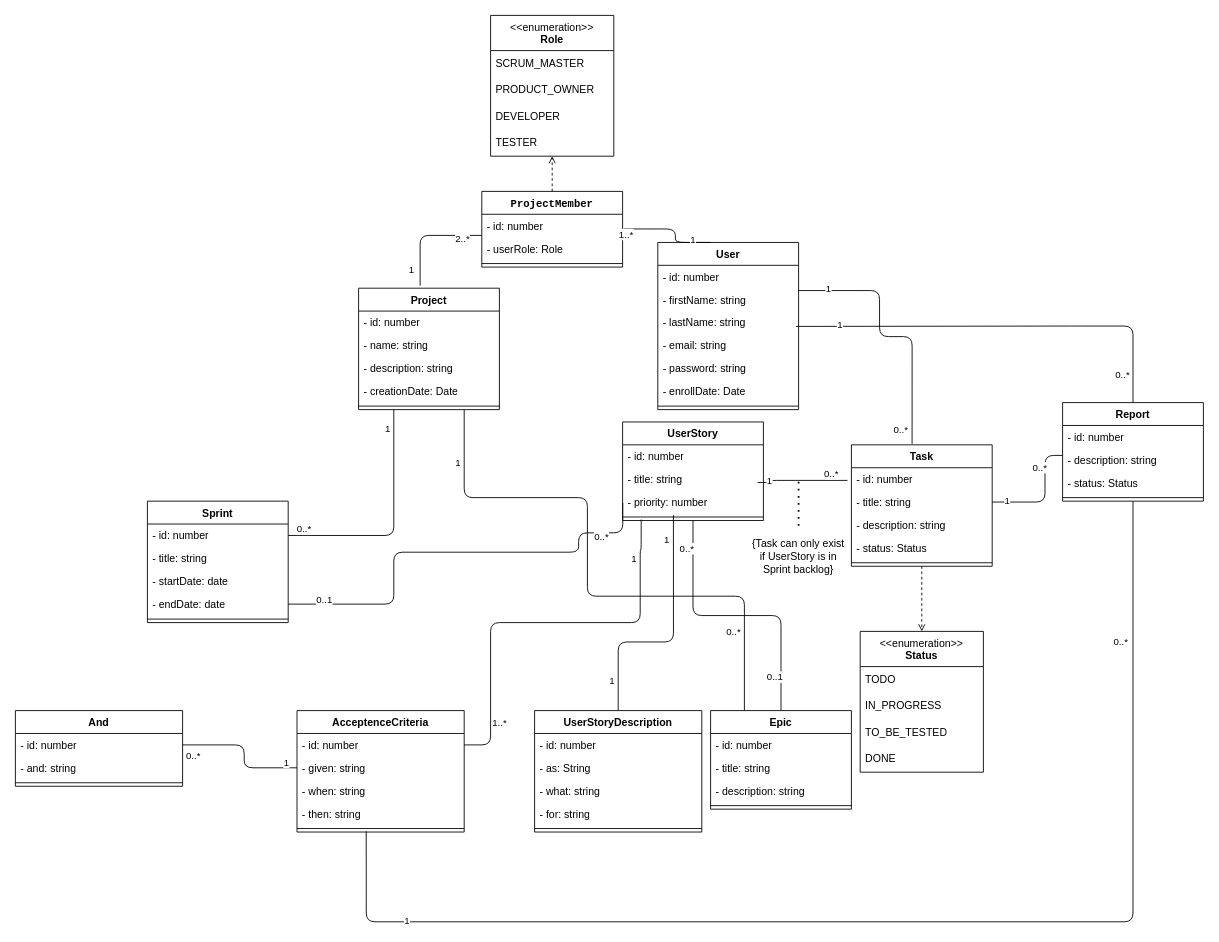
Above: docs/classDiag.drawio in tawfiqAK17/SprintFlow (draw.io), before the change. Source tidied: cells renumbered, new cells numbered last; positions are measured from the earlier drawing's top-left corner, leaving out a move shared by most shapes. Both pictures are drawn from the tidied source at 88%, with x=0, y=0 at pixel (15, 15).
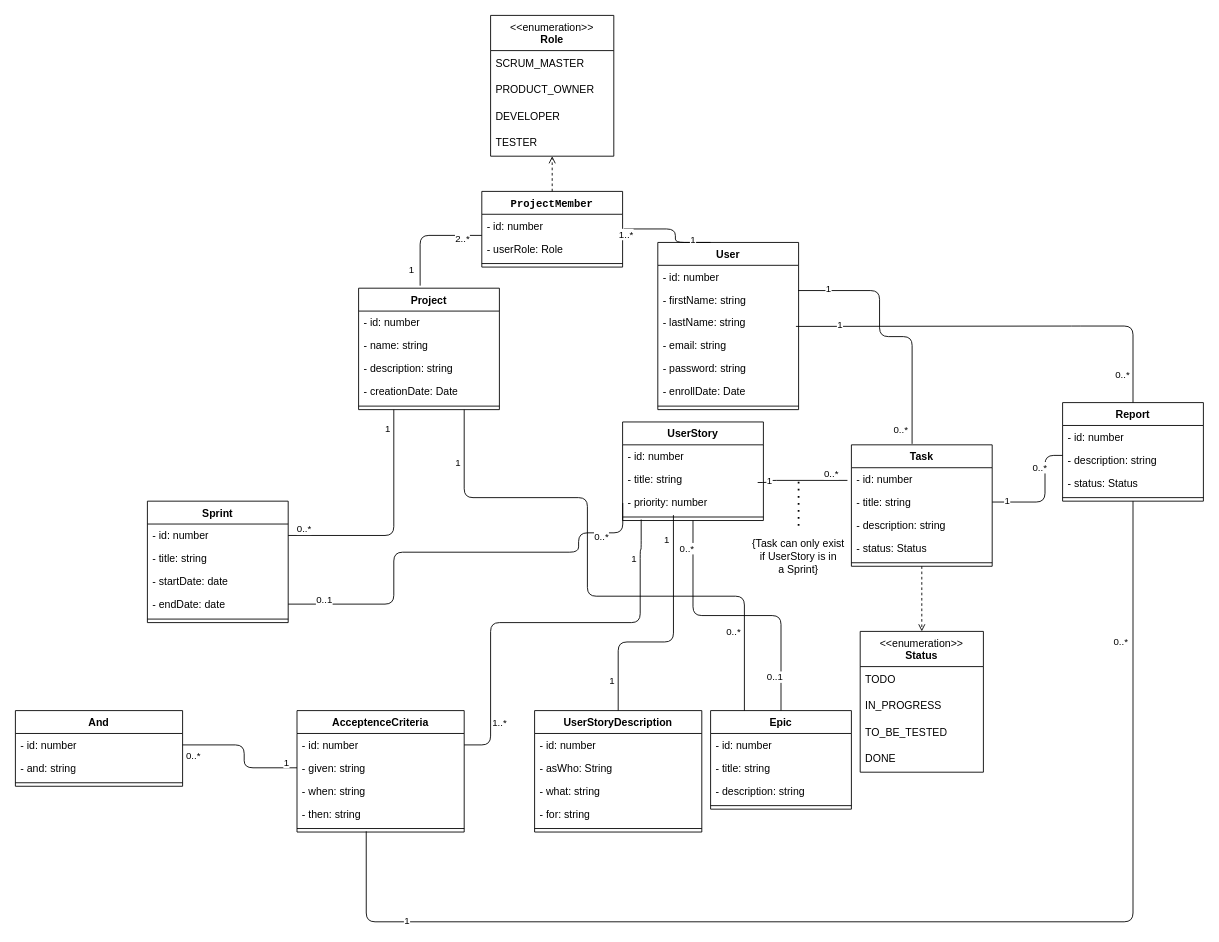
Above is the later version.

The change refers to these unchanged cells:
```xml
<mxCell id="81" value="UserStoryDescription" style="swimlane;fontStyle=1;align=center;verticalAlign=top;horizontal=1;startSize=26;whiteSpace=wrap;html=1;" parent="1" vertex="1">
  <mxGeometry x="590" y="790" width="190" height="138" as="geometry" />
</mxCell>
```

Diff of the diagram source:
```diff
@@
-    <mxCell id="83" value="- as: String" style="text;strokeColor=none;fillColor=none;align=left;verticalAlign=top;spacingLeft=4;spacingRight=4;overflow=hidden;whiteSpace=wrap;html=1;" parent="81" vertex="1">
+    <mxCell id="83" value="- asWho: String" style="text;strokeColor=none;fillColor=none;align=left;verticalAlign=top;spacingLeft=4;spacingRight=4;overflow=hidden;whiteSpace=wrap;html=1;" parent="81" vertex="1">
       <mxGeometry y="52" width="190" height="26" as="geometry" />
     </mxCell>
@@
-    <mxCell id="103" value="&lt;span&gt;{Task can only exist&lt;br/&gt;&lt;/span&gt;&lt;span&gt;                              if UserStory is in&lt;br/&gt;&lt;/span&gt;&lt;span&gt;                              Sprint backlog}&lt;/span&gt;" style="text;html=1;whiteSpace=wrap;strokeColor=none;fillColor=none;align=center;verticalAlign=middle;rounded=0;" parent="1" vertex="1">
+    <mxCell id="103" value="&lt;span&gt;{Task can only exist&lt;br&gt;&lt;/span&gt;&lt;span&gt;                              if UserStory is in&lt;br&gt;&lt;/span&gt;&lt;span&gt;a Sprint}&lt;/span&gt;" style="text;html=1;whiteSpace=wrap;strokeColor=none;fillColor=none;align=center;verticalAlign=middle;rounded=0;" parent="1" vertex="1">
       <mxGeometry x="835" y="580" width="110" height="70" as="geometry" />
     </mxCell>
```
